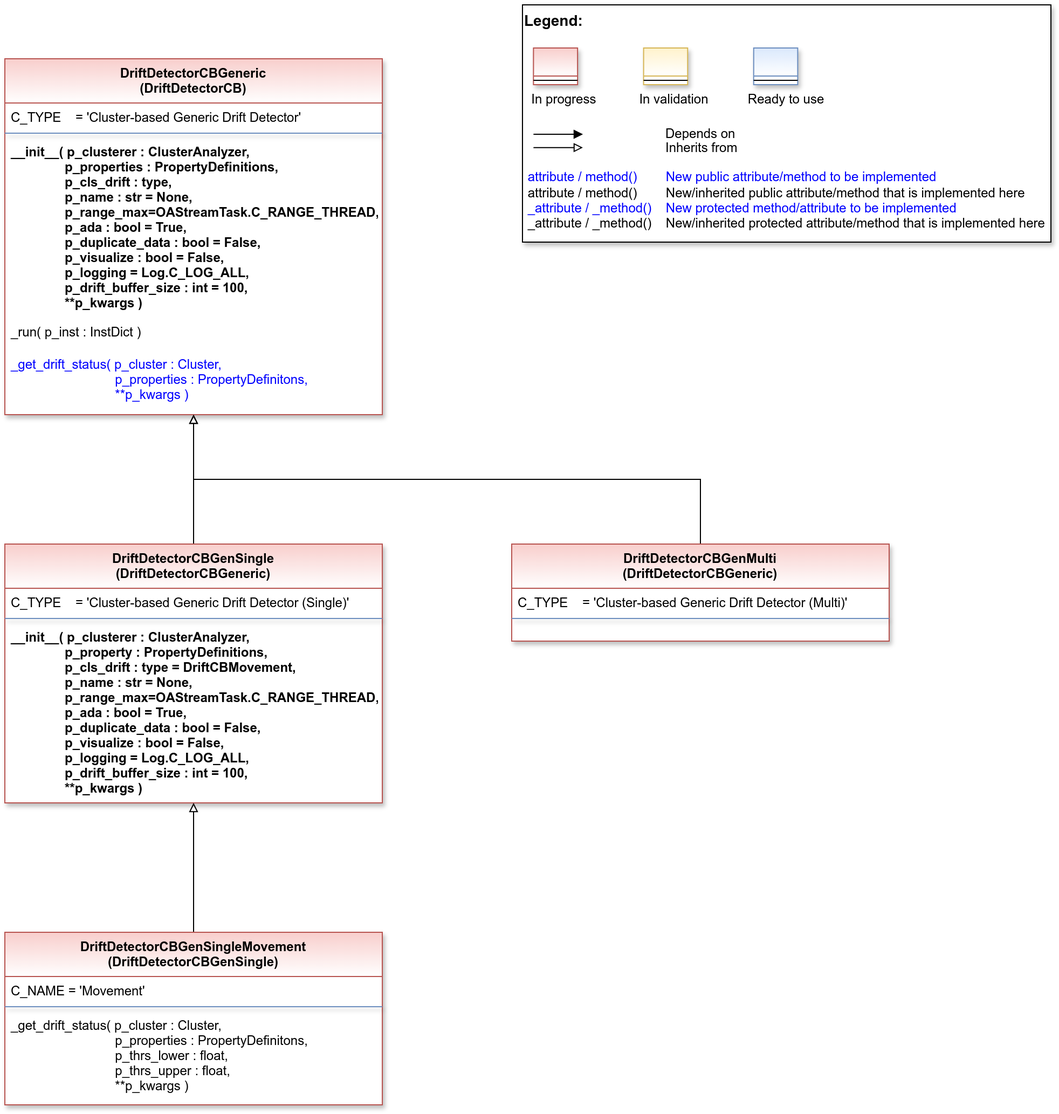
Above: doc/rtd/content/99_appendices/appendix2/sub/mlpro_oa/streams/40_drift_detection/20_cluster_based/generic/images/MLPro-OA-CB-Gen-Drift-Detectors_class_diagram.drawio.png in fhswf/MLPro (draw.io), before the change. Source tidied: cells renumbered, new cells last; positions are measured from the earlier drawing's top-left corner, leaving out a move shared by most shapes.
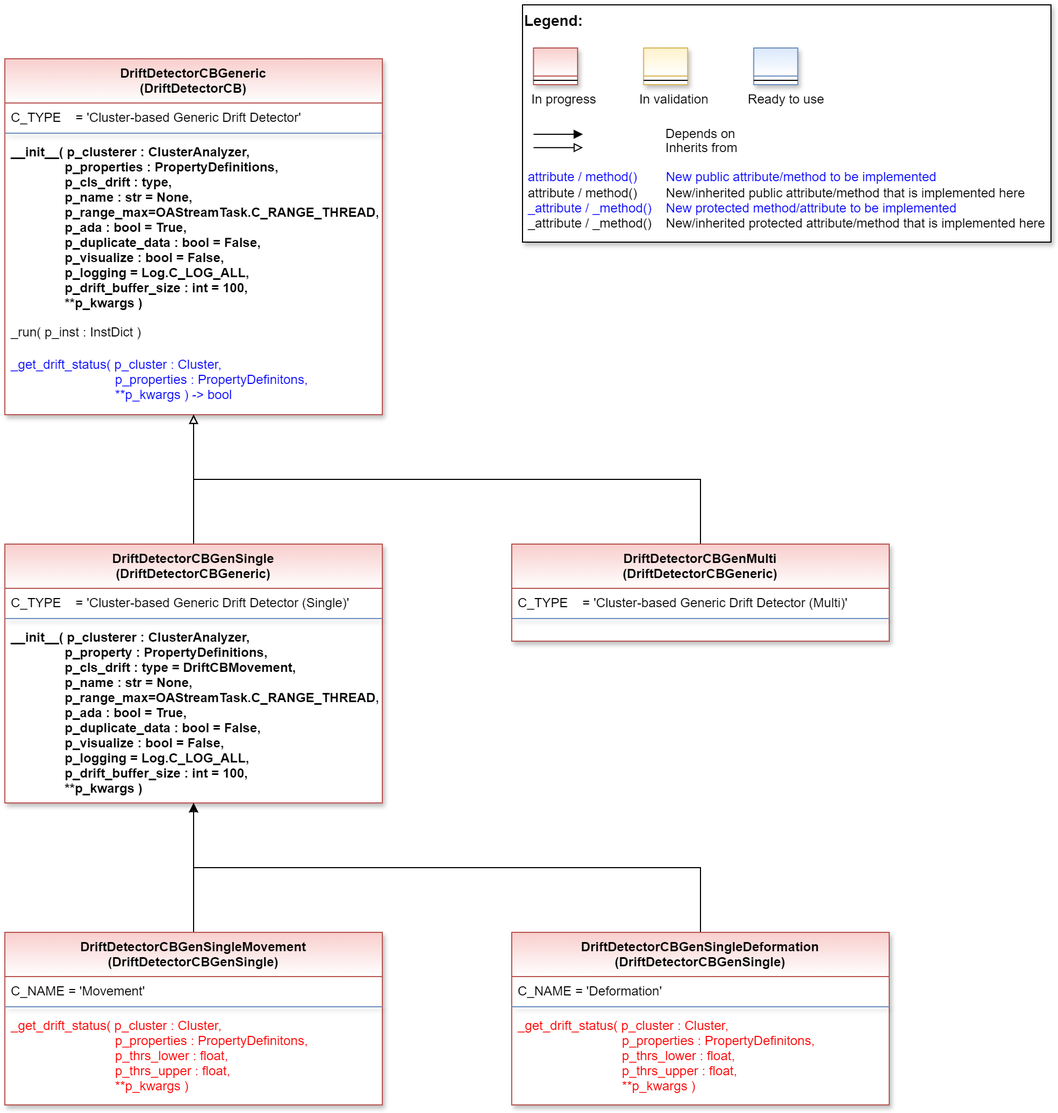
After the commit.

Diff of the diagram source:
```diff
@@ -58,7 +58,7 @@
     <mxCell id="16" value="_run( p_inst : InstDict )" style="text;align=left;verticalAlign=top;spacingLeft=4;spacingRight=4;overflow=hidden;shadow=1;" parent="12" vertex="1">
       <mxGeometry y="240" width="350" height="30" as="geometry" />
     </mxCell>
-    <mxCell id="17" value="_get_drift_status( p_cluster : Cluster,&#10;                             p_properties : PropertyDefinitons,&#10;                             **p_kwargs )" style="text;align=left;verticalAlign=top;spacingLeft=4;spacingRight=4;overflow=hidden;shadow=1;fontColor=#0000FF;" parent="12" vertex="1">
+    <mxCell id="17" value="_get_drift_status( p_cluster : Cluster,&#10;                             p_properties : PropertyDefinitons,&#10;                             **p_kwargs ) -&gt; bool" style="text;align=left;verticalAlign=top;spacingLeft=4;spacingRight=4;overflow=hidden;shadow=1;fontColor=#0000FF;" parent="12" vertex="1">
       <mxGeometry y="270" width="350" height="56" as="geometry" />
     </mxCell>
     <mxCell id="18" style="edgeStyle=orthogonalEdgeStyle;rounded=0;jettySize=auto;html=1;endArrow=block;endFill=0;" parent="1" edge="1" source="19" target="12">
@@ -105,8 +105,28 @@
     <mxCell id="30" style="line;html=1;strokeWidth=1;align=center;verticalAlign=top;spacingTop=-1;spacingLeft=3;spacingRight=3;labelPosition=right;rounded=0;shadow=1;strokeColor=#6c8ebf;swimlaneFillColor=#ffffff;fontFamily=Helvetica;fontSize=12;fontColor=default;fontStyle=3;fillColor=#dae8fc;gradientColor=#ffffff;" parent="28" vertex="1">
       <mxGeometry y="65" width="350" height="8" as="geometry" />
     </mxCell>
-    <mxCell id="31" value="_get_drift_status( p_cluster : Cluster,&#10;                             p_properties : PropertyDefinitons,&#10;                             p_thrs_lower : float,&#10;                             p_thrs_upper : float,&#10;                             **p_kwargs )" style="text;align=left;verticalAlign=top;spacingLeft=4;spacingRight=4;overflow=hidden;shadow=1;fontColor=default;" parent="28" vertex="1">
+    <mxCell id="31" value="_get_drift_status( p_cluster : Cluster,&#10;                             p_properties : PropertyDefinitons,&#10;                             p_thrs_lower : float,&#10;                             p_thrs_upper : float,&#10;                             **p_kwargs )" style="text;align=left;verticalAlign=top;spacingLeft=4;spacingRight=4;overflow=hidden;shadow=1;fontColor=#FF0000;" parent="28" vertex="1">
       <mxGeometry y="73" width="350" height="87" as="geometry" />
     </mxCell>
+    <mxCell id="32" style="edgeStyle=orthogonalEdgeStyle;rounded=0;jettySize=auto;html=1;" parent="1" edge="1" source="33" target="19">
+      <mxGeometry relative="1" as="geometry">
+        <Array as="points">
+          <mxPoint x="645" y="800" />
+          <mxPoint x="175" y="800" />
+        </Array>
+      </mxGeometry>
+    </mxCell>
+    <mxCell id="33" value="DriftDetectorCBGenSingleDeformation&#10;(DriftDetectorCBGenSingle)" style="swimlane;align=center;verticalAlign=top;horizontal=1;startSize=41;rounded=0;shadow=1;strokeWidth=1;fillColor=#f8cecc;strokeColor=#b85450;swimlaneFillColor=#ffffff;gradientColor=#FFFFFF;" parent="1" vertex="1">
+      <mxGeometry x="470" y="860" width="350" height="160" as="geometry" />
+    </mxCell>
+    <mxCell id="34" value="C_NAME = 'Deformation'" style="text;align=left;verticalAlign=top;spacingLeft=4;spacingRight=4;overflow=hidden;" parent="33" vertex="1">
+      <mxGeometry y="41" width="350" height="24" as="geometry" />
+    </mxCell>
+    <mxCell id="35" style="line;html=1;strokeWidth=1;align=center;verticalAlign=top;spacingTop=-1;spacingLeft=3;spacingRight=3;labelPosition=right;rounded=0;shadow=1;strokeColor=#6c8ebf;swimlaneFillColor=#ffffff;fontFamily=Helvetica;fontSize=12;fontColor=default;fontStyle=3;fillColor=#dae8fc;gradientColor=#ffffff;" parent="33" vertex="1">
+      <mxGeometry y="65" width="350" height="8" as="geometry" />
+    </mxCell>
+    <mxCell id="36" value="_get_drift_status( p_cluster : Cluster,&#10;                             p_properties : PropertyDefinitons,&#10;                             p_thrs_lower : float,&#10;                             p_thrs_upper : float,&#10;                             **p_kwargs )" style="text;align=left;verticalAlign=top;spacingLeft=4;spacingRight=4;overflow=hidden;shadow=1;fontColor=#FF0000;" parent="33" vertex="1">
+      <mxGeometry y="73" width="350" height="87" as="geometry" />
+    </mxCell>
   </root>
 </mxGraphModel>
```
